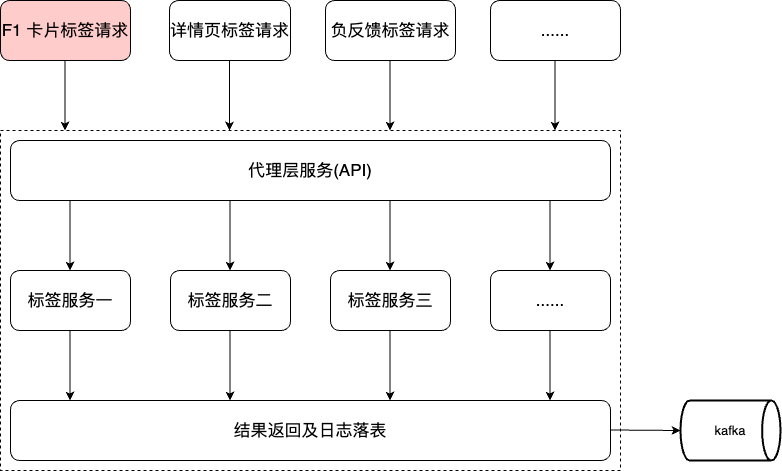
This is work-draw-file/标签之系统稳定性.png from liujunao/draw-data, a draw.io export, as it was before one commit. Source tidied: cells renumbered, new cells last; positions are measured from the earlier drawing's top-left corner, leaving out a move shared by most shapes.
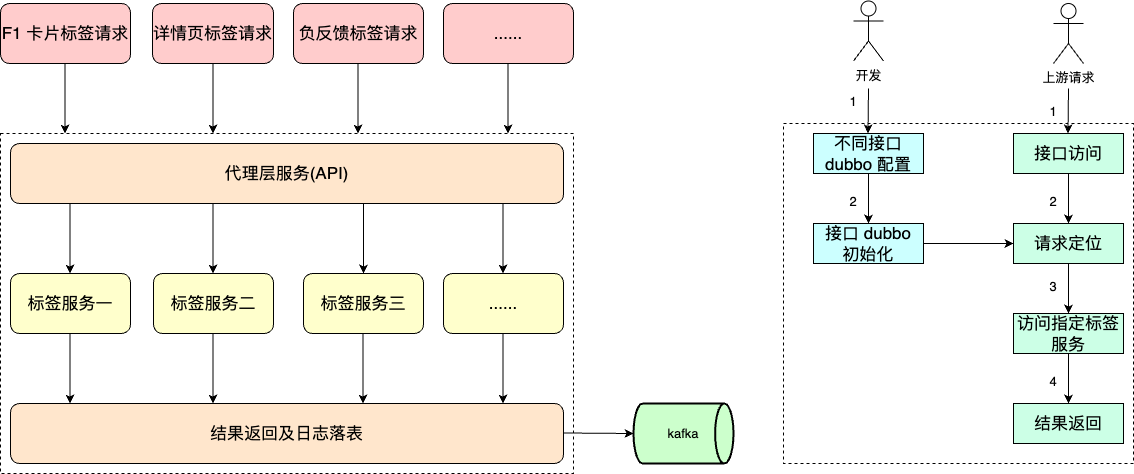
Above is the later version.

Commit message:
更新标签之系统稳定性.png

Diff of the diagram source:
```diff
@@ -2,119 +2,191 @@
   <root>
     <mxCell id="0" />
     <mxCell id="1" parent="0" />
+    <mxCell id="27" style="rounded=0;whiteSpace=wrap;html=1;dashed=1;" parent="1" vertex="1">
+      <mxGeometry x="730" y="165" width="350" height="340" as="geometry" />
+    </mxCell>
     <mxCell id="2" style="rounded=0;whiteSpace=wrap;html=1;dashed=1;" parent="1" vertex="1">
-      <mxGeometry y="130" width="620" height="340" as="geometry" />
+      <mxGeometry x="-53" y="175" width="573" height="340" as="geometry" />
     </mxCell>
     <mxCell id="3" value="&lt;font size=&quot;3&quot;&gt;F1 卡片标签请求&lt;/font&gt;" style="rounded=1;whiteSpace=wrap;html=1;fillColor=#FFCCCC;" parent="1" vertex="1">
-      <mxGeometry width="130" height="60" as="geometry" />
+      <mxGeometry x="-53" y="45" width="130" height="60" as="geometry" />
     </mxCell>
-    <mxCell id="4" value="&lt;font size=&quot;3&quot;&gt;详情页标签请求&lt;/font&gt;" style="rounded=1;whiteSpace=wrap;html=1;" parent="1" vertex="1">
-      <mxGeometry x="169" width="121" height="60" as="geometry" />
+    <mxCell id="4" value="&lt;font size=&quot;3&quot;&gt;详情页标签请求&lt;/font&gt;" style="rounded=1;whiteSpace=wrap;html=1;fillColor=#FFCCCC;" parent="1" vertex="1">
+      <mxGeometry x="99" y="45" width="121" height="60" as="geometry" />
     </mxCell>
-    <mxCell id="5" value="&lt;font size=&quot;3&quot;&gt;负反馈标签请求&lt;/font&gt;" style="rounded=1;whiteSpace=wrap;html=1;" parent="1" vertex="1">
-      <mxGeometry x="325" width="130" height="60" as="geometry" />
+    <mxCell id="5" value="&lt;font size=&quot;3&quot;&gt;负反馈标签请求&lt;/font&gt;" style="rounded=1;whiteSpace=wrap;html=1;fillColor=#FFCCCC;" parent="1" vertex="1">
+      <mxGeometry x="240" y="45" width="130" height="60" as="geometry" />
     </mxCell>
-    <mxCell id="6" value="&lt;font size=&quot;3&quot;&gt;......&lt;/font&gt;" style="rounded=1;whiteSpace=wrap;html=1;" parent="1" vertex="1">
-      <mxGeometry x="490" width="130" height="60" as="geometry" />
+    <mxCell id="6" value="&lt;font size=&quot;3&quot;&gt;......&lt;/font&gt;" style="rounded=1;whiteSpace=wrap;html=1;fillColor=#FFCCCC;" parent="1" vertex="1">
+      <mxGeometry x="390" y="45" width="130" height="60" as="geometry" />
     </mxCell>
-    <mxCell id="7" value="&lt;font size=&quot;3&quot;&gt;代理层服务(API)&lt;/font&gt;" style="rounded=1;whiteSpace=wrap;html=1;" parent="1" vertex="1">
-      <mxGeometry x="10" y="140" width="600" height="60" as="geometry" />
+    <mxCell id="7" value="&lt;font size=&quot;3&quot;&gt;代理层服务(API)&lt;/font&gt;" style="rounded=1;whiteSpace=wrap;html=1;fillColor=#FFE6CC;" parent="1" vertex="1">
+      <mxGeometry x="-43" y="185" width="553" height="60" as="geometry" />
     </mxCell>
-    <mxCell id="8" value="&lt;font size=&quot;3&quot;&gt;标签服务一&lt;/font&gt;" style="rounded=1;whiteSpace=wrap;html=1;" parent="1" vertex="1">
-      <mxGeometry x="10" y="270" width="120" height="60" as="geometry" />
+    <mxCell id="8" value="&lt;font size=&quot;3&quot;&gt;标签服务一&lt;/font&gt;" style="rounded=1;whiteSpace=wrap;html=1;fillColor=#FFFFCC;" parent="1" vertex="1">
+      <mxGeometry x="-43" y="315" width="120" height="60" as="geometry" />
     </mxCell>
-    <mxCell id="9" value="&lt;font size=&quot;3&quot;&gt;标签服务二&lt;/font&gt;" style="rounded=1;whiteSpace=wrap;html=1;" parent="1" vertex="1">
-      <mxGeometry x="170" y="270" width="120" height="60" as="geometry" />
+    <mxCell id="9" value="&lt;font size=&quot;3&quot;&gt;标签服务二&lt;/font&gt;" style="rounded=1;whiteSpace=wrap;html=1;fillColor=#FFFFCC;" parent="1" vertex="1">
+      <mxGeometry x="100" y="315" width="120" height="60" as="geometry" />
     </mxCell>
-    <mxCell id="10" value="&lt;font size=&quot;3&quot;&gt;标签服务三&lt;/font&gt;" style="rounded=1;whiteSpace=wrap;html=1;" parent="1" vertex="1">
-      <mxGeometry x="330" y="270" width="120" height="60" as="geometry" />
+    <mxCell id="10" value="&lt;font size=&quot;3&quot;&gt;标签服务三&lt;/font&gt;" style="rounded=1;whiteSpace=wrap;html=1;fillColor=#FFFFCC;" parent="1" vertex="1">
+      <mxGeometry x="250" y="315" width="120" height="60" as="geometry" />
     </mxCell>
-    <mxCell id="11" value="&lt;font size=&quot;3&quot;&gt;......&lt;/font&gt;" style="rounded=1;whiteSpace=wrap;html=1;" parent="1" vertex="1">
-      <mxGeometry x="490" y="270" width="120" height="60" as="geometry" />
+    <mxCell id="11" value="&lt;font size=&quot;3&quot;&gt;......&lt;/font&gt;" style="rounded=1;whiteSpace=wrap;html=1;fillColor=#FFFFCC;" parent="1" vertex="1">
+      <mxGeometry x="390" y="315" width="120" height="60" as="geometry" />
     </mxCell>
     <mxCell id="12" style="endArrow=classic;html=1;rounded=0;" parent="1" edge="1">
       <mxGeometry relative="1" as="geometry">
-        <mxPoint x="69.5" y="200" as="sourcePoint" />
-        <mxPoint x="69.5" y="270" as="targetPoint" />
+        <mxPoint x="16.5" y="245" as="sourcePoint" />
+        <mxPoint x="16.5" y="315" as="targetPoint" />
       </mxGeometry>
     </mxCell>
     <mxCell id="13" style="endArrow=classic;html=1;rounded=0;" parent="1" edge="1">
       <mxGeometry relative="1" as="geometry">
-        <mxPoint x="229.5" y="200" as="sourcePoint" />
-        <mxPoint x="229.5" y="270" as="targetPoint" />
+        <mxPoint x="159.5" y="245" as="sourcePoint" />
+        <mxPoint x="159.5" y="315" as="targetPoint" />
       </mxGeometry>
     </mxCell>
     <mxCell id="14" style="endArrow=classic;html=1;rounded=0;" parent="1" edge="1">
       <mxGeometry relative="1" as="geometry">
-        <mxPoint x="389.5" y="200" as="sourcePoint" />
-        <mxPoint x="389.5" y="270" as="targetPoint" />
+        <mxPoint x="310" y="245" as="sourcePoint" />
+        <mxPoint x="310" y="315" as="targetPoint" />
       </mxGeometry>
     </mxCell>
     <mxCell id="15" style="endArrow=classic;html=1;rounded=0;" parent="1" edge="1">
       <mxGeometry relative="1" as="geometry">
-        <mxPoint x="549.5" y="200" as="sourcePoint" />
-        <mxPoint x="549.5" y="270" as="targetPoint" />
+        <mxPoint x="449.5" y="245" as="sourcePoint" />
+        <mxPoint x="449.5" y="315" as="targetPoint" />
       </mxGeometry>
     </mxCell>
-    <mxCell id="16" value="&lt;font size=&quot;3&quot;&gt;结果返回及日志落表&lt;/font&gt;" style="rounded=1;whiteSpace=wrap;html=1;" parent="1" vertex="1">
-      <mxGeometry x="10" y="400" width="600" height="60" as="geometry" />
+    <mxCell id="16" value="&lt;font size=&quot;3&quot;&gt;结果返回及日志落表&lt;/font&gt;" style="rounded=1;whiteSpace=wrap;html=1;fillColor=#FFE6CC;" parent="1" vertex="1">
+      <mxGeometry x="-43" y="445" width="553" height="60" as="geometry" />
     </mxCell>
     <mxCell id="17" style="endArrow=classic;html=1;rounded=0;" parent="1" edge="1">
       <mxGeometry relative="1" as="geometry">
-        <mxPoint x="69.5" y="330" as="sourcePoint" />
-        <mxPoint x="69.5" y="400" as="targetPoint" />
+        <mxPoint x="16.5" y="375" as="sourcePoint" />
+        <mxPoint x="16.5" y="445" as="targetPoint" />
       </mxGeometry>
     </mxCell>
     <mxCell id="18" style="endArrow=classic;html=1;rounded=0;" parent="1" edge="1">
       <mxGeometry relative="1" as="geometry">
-        <mxPoint x="229.5" y="330" as="sourcePoint" />
-        <mxPoint x="229.5" y="400" as="targetPoint" />
+        <mxPoint x="159.5" y="375" as="sourcePoint" />
+        <mxPoint x="159.5" y="445" as="targetPoint" />
       </mxGeometry>
     </mxCell>
     <mxCell id="19" style="endArrow=classic;html=1;rounded=0;" parent="1" edge="1">
       <mxGeometry relative="1" as="geometry">
-        <mxPoint x="389.5" y="330" as="sourcePoint" />
-        <mxPoint x="389.5" y="400" as="targetPoint" />
+        <mxPoint x="309.5" y="375" as="sourcePoint" />
+        <mxPoint x="309.5" y="445" as="targetPoint" />
       </mxGeometry>
     </mxCell>
     <mxCell id="20" style="endArrow=classic;html=1;rounded=0;" parent="1" edge="1">
       <mxGeometry relative="1" as="geometry">
-        <mxPoint x="549.5" y="330" as="sourcePoint" />
-        <mxPoint x="549.5" y="400" as="targetPoint" />
+        <mxPoint x="449.5" y="375" as="sourcePoint" />
+        <mxPoint x="449.5" y="445" as="targetPoint" />
       </mxGeometry>
     </mxCell>
     <mxCell id="21" style="endArrow=classic;html=1;rounded=0;" parent="1" edge="1">
       <mxGeometry relative="1" as="geometry">
-        <mxPoint x="64.5" y="60" as="sourcePoint" />
-        <mxPoint x="64.5" y="130" as="targetPoint" />
+        <mxPoint x="11.5" y="105" as="sourcePoint" />
+        <mxPoint x="11.5" y="175" as="targetPoint" />
       </mxGeometry>
     </mxCell>
     <mxCell id="22" style="endArrow=classic;html=1;rounded=0;" parent="1" edge="1">
       <mxGeometry relative="1" as="geometry">
-        <mxPoint x="229" y="60" as="sourcePoint" />
-        <mxPoint x="229" y="130" as="targetPoint" />
+        <mxPoint x="159.5" y="105" as="sourcePoint" />
+        <mxPoint x="159.5" y="175" as="targetPoint" />
       </mxGeometry>
     </mxCell>
     <mxCell id="23" style="endArrow=classic;html=1;rounded=0;" parent="1" edge="1">
       <mxGeometry relative="1" as="geometry">
-        <mxPoint x="389.5" y="60" as="sourcePoint" />
-        <mxPoint x="389.5" y="130" as="targetPoint" />
+        <mxPoint x="304.5" y="105" as="sourcePoint" />
+        <mxPoint x="304.5" y="175" as="targetPoint" />
       </mxGeometry>
     </mxCell>
     <mxCell id="24" style="endArrow=classic;html=1;rounded=0;" parent="1" edge="1">
       <mxGeometry relative="1" as="geometry">
-        <mxPoint x="554.5" y="60" as="sourcePoint" />
-        <mxPoint x="554.5" y="130" as="targetPoint" />
+        <mxPoint x="454.5" y="105" as="sourcePoint" />
+        <mxPoint x="454.5" y="175" as="targetPoint" />
       </mxGeometry>
     </mxCell>
-    <mxCell id="25" value="kafka" style="strokeWidth=2;html=1;shape=mxgraph.flowchart.direct_data;whiteSpace=wrap;" parent="1" vertex="1">
-      <mxGeometry x="680" y="400" width="100" height="60" as="geometry" />
+    <mxCell id="25" value="kafka" style="strokeWidth=2;html=1;shape=mxgraph.flowchart.direct_data;whiteSpace=wrap;fillColor=#CCFFCC;" parent="1" vertex="1">
+      <mxGeometry x="580" y="445" width="100" height="60" as="geometry" />
     </mxCell>
     <mxCell id="26" style="endArrow=classic;html=1;rounded=0;" parent="1" edge="1">
       <mxGeometry relative="1" as="geometry">
-        <mxPoint x="610" y="429.5" as="sourcePoint" />
-        <mxPoint x="680" y="430" as="targetPoint" />
+        <mxPoint x="510" y="474.5" as="sourcePoint" />
+        <mxPoint x="580" y="475" as="targetPoint" />
       </mxGeometry>
     </mxCell>
+    <mxCell id="28" value="开发" style="shape=umlActor;verticalLabelPosition=bottom;verticalAlign=top;html=1;" parent="1" vertex="1">
+      <mxGeometry x="800" y="42.5" width="30" height="60" as="geometry" />
+    </mxCell>
+    <mxCell id="29" style="edgeStyle=orthogonalEdgeStyle;rounded=0;jettySize=auto;html=1;exitX=0.5;exitY=1;exitDx=0;exitDy=0;entryX=0.5;entryY=0;entryDx=0;entryDy=0;" parent="1" edge="1" source="30" target="36">
+      <mxGeometry relative="1" as="geometry" />
+    </mxCell>
+    <mxCell id="30" value="&lt;font size=&quot;3&quot;&gt;接口访问&lt;/font&gt;" style="rounded=0;whiteSpace=wrap;html=1;fillColor=#CCFFE6;" parent="1" vertex="1">
+      <mxGeometry x="960" y="175" width="110" height="40" as="geometry" />
+    </mxCell>
+    <mxCell id="31" style="edgeStyle=orthogonalEdgeStyle;rounded=0;jettySize=auto;html=1;exitX=0.5;exitY=1;exitDx=0;exitDy=0;entryX=0.5;entryY=0;entryDx=0;entryDy=0;" parent="1" edge="1" source="32" target="34">
+      <mxGeometry relative="1" as="geometry" />
+    </mxCell>
+    <mxCell id="32" value="&lt;font size=&quot;3&quot;&gt;不同接口 dubbo 配置&lt;/font&gt;" style="rounded=0;whiteSpace=wrap;html=1;fillColor=#CCFFFF;" parent="1" vertex="1">
+      <mxGeometry x="760" y="175" width="110" height="40" as="geometry" />
+    </mxCell>
+    <mxCell id="33" style="edgeStyle=orthogonalEdgeStyle;rounded=0;jettySize=auto;html=1;exitX=1;exitY=0.5;exitDx=0;exitDy=0;entryX=0;entryY=0.5;entryDx=0;entryDy=0;" parent="1" edge="1" source="34" target="36">
+      <mxGeometry relative="1" as="geometry" />
+    </mxCell>
+    <mxCell id="34" value="&lt;font size=&quot;3&quot;&gt;接口 dubbo &lt;br&gt;初始化&lt;/font&gt;" style="rounded=0;whiteSpace=wrap;html=1;fillColor=#CCFFFF;" parent="1" vertex="1">
+      <mxGeometry x="760" y="265" width="110" height="40" as="geometry" />
+    </mxCell>
+    <mxCell id="35" style="edgeStyle=orthogonalEdgeStyle;rounded=0;jettySize=auto;html=1;exitX=0.5;exitY=1;exitDx=0;exitDy=0;entryX=0.5;entryY=0;entryDx=0;entryDy=0;" parent="1" edge="1" source="36" target="38">
+      <mxGeometry relative="1" as="geometry" />
+    </mxCell>
+    <mxCell id="36" value="&lt;font size=&quot;3&quot;&gt;请求定位&lt;/font&gt;" style="rounded=0;whiteSpace=wrap;html=1;fillColor=#CCFFE6;" parent="1" vertex="1">
+      <mxGeometry x="960" y="265" width="110" height="40" as="geometry" />
+    </mxCell>
+    <mxCell id="37" style="edgeStyle=orthogonalEdgeStyle;rounded=0;jettySize=auto;html=1;exitX=0.5;exitY=1;exitDx=0;exitDy=0;" parent="1" edge="1" source="38" target="39">
+      <mxGeometry relative="1" as="geometry" />
+    </mxCell>
+    <mxCell id="38" value="&lt;font size=&quot;3&quot;&gt;访问指定标签服务&lt;/font&gt;" style="rounded=0;whiteSpace=wrap;html=1;fillColor=#CCFFE6;" parent="1" vertex="1">
+      <mxGeometry x="960" y="355" width="110" height="40" as="geometry" />
+    </mxCell>
+    <mxCell id="39" value="&lt;font size=&quot;3&quot;&gt;结果返回&lt;/font&gt;" style="rounded=0;whiteSpace=wrap;html=1;fillColor=#CCFFE6;" parent="1" vertex="1">
+      <mxGeometry x="960" y="445" width="110" height="40" as="geometry" />
+    </mxCell>
+    <mxCell id="40" value="1" style="text;html=1;strokeColor=none;fillColor=none;align=center;verticalAlign=middle;whiteSpace=wrap;rounded=0;" parent="1" vertex="1">
+      <mxGeometry x="790" y="130" width="20" height="25" as="geometry" />
+    </mxCell>
+    <mxCell id="41" value="2" style="text;html=1;strokeColor=none;fillColor=none;align=center;verticalAlign=middle;whiteSpace=wrap;rounded=0;" parent="1" vertex="1">
+      <mxGeometry x="790" y="230" width="20" height="25" as="geometry" />
+    </mxCell>
+    <mxCell id="42" value="2" style="text;html=1;strokeColor=none;fillColor=none;align=center;verticalAlign=middle;whiteSpace=wrap;rounded=0;" parent="1" vertex="1">
+      <mxGeometry x="990" y="230" width="20" height="25" as="geometry" />
+    </mxCell>
+    <mxCell id="43" value="3" style="text;html=1;strokeColor=none;fillColor=none;align=center;verticalAlign=middle;whiteSpace=wrap;rounded=0;" parent="1" vertex="1">
+      <mxGeometry x="990" y="315" width="20" height="25" as="geometry" />
+    </mxCell>
+    <mxCell id="44" value="4" style="text;html=1;strokeColor=none;fillColor=none;align=center;verticalAlign=middle;whiteSpace=wrap;rounded=0;" parent="1" vertex="1">
+      <mxGeometry x="990" y="410" width="20" height="25" as="geometry" />
+    </mxCell>
+    <mxCell id="45" style="endArrow=classic;html=1;rounded=0;" parent="1" edge="1">
+      <mxGeometry relative="1" as="geometry">
+        <mxPoint x="815" y="130" as="sourcePoint" />
+        <mxPoint x="814.5" y="175" as="targetPoint" />
+      </mxGeometry>
+    </mxCell>
+    <mxCell id="46" value="上游请求" style="shape=umlActor;verticalLabelPosition=bottom;verticalAlign=top;html=1;" parent="1" vertex="1">
+      <mxGeometry x="1000" y="45" width="30" height="60" as="geometry" />
+    </mxCell>
+    <mxCell id="47" style="endArrow=classic;html=1;rounded=0;" parent="1" edge="1">
+      <mxGeometry relative="1" as="geometry">
+        <mxPoint x="1015" y="130" as="sourcePoint" />
+        <mxPoint x="1014.5" y="175" as="targetPoint" />
+      </mxGeometry>
+    </mxCell>
+    <mxCell id="48" value="1" style="text;html=1;strokeColor=none;fillColor=none;align=center;verticalAlign=middle;whiteSpace=wrap;rounded=0;" parent="1" vertex="1">
+      <mxGeometry x="990" y="140" width="20" height="25" as="geometry" />
+    </mxCell>
   </root>
 </mxGraphModel>
```
